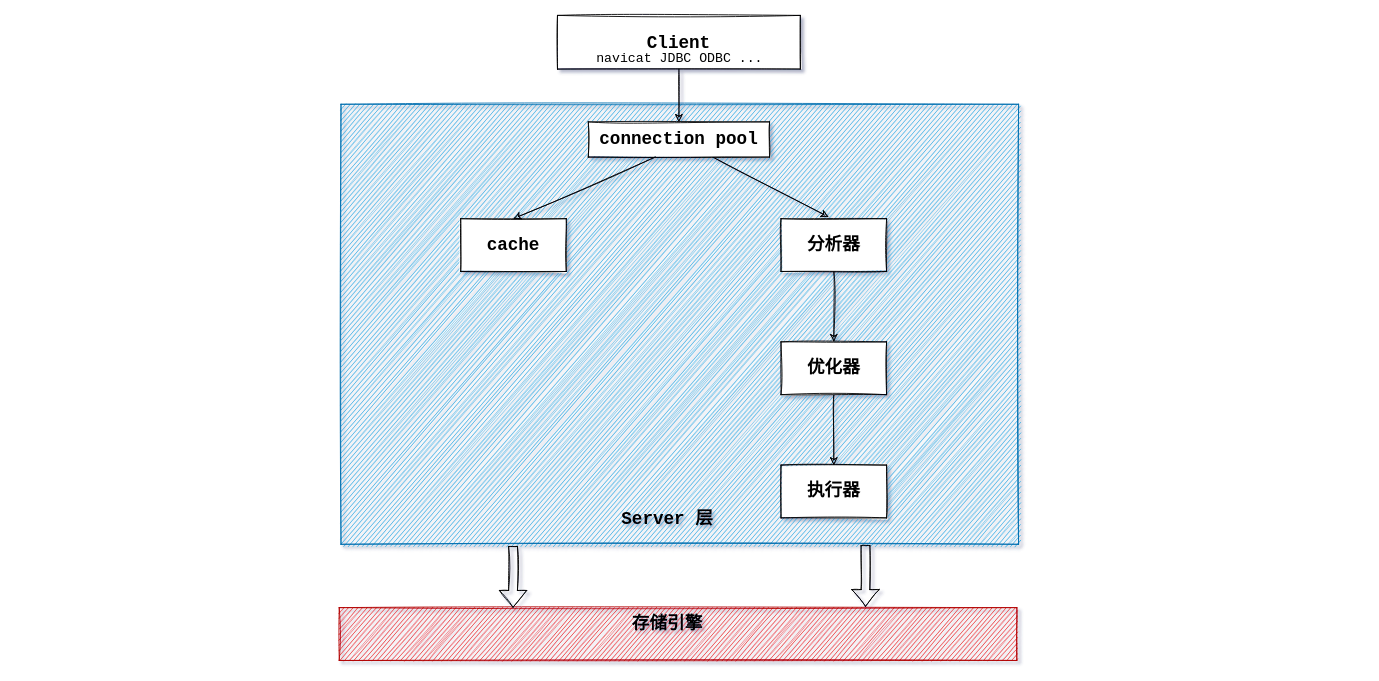
Above: mysql-base.drawio in Fuku-L/draw-io-repo (draw.io), before the change. Source tidied: cells renumbered, new cells numbered last; positions are measured from the earlier drawing's top-left corner, leaving out a move shared by most shapes. Both pictures are drawn from the tidied source at 88%, with x=0, y=0 at pixel (339, 15).
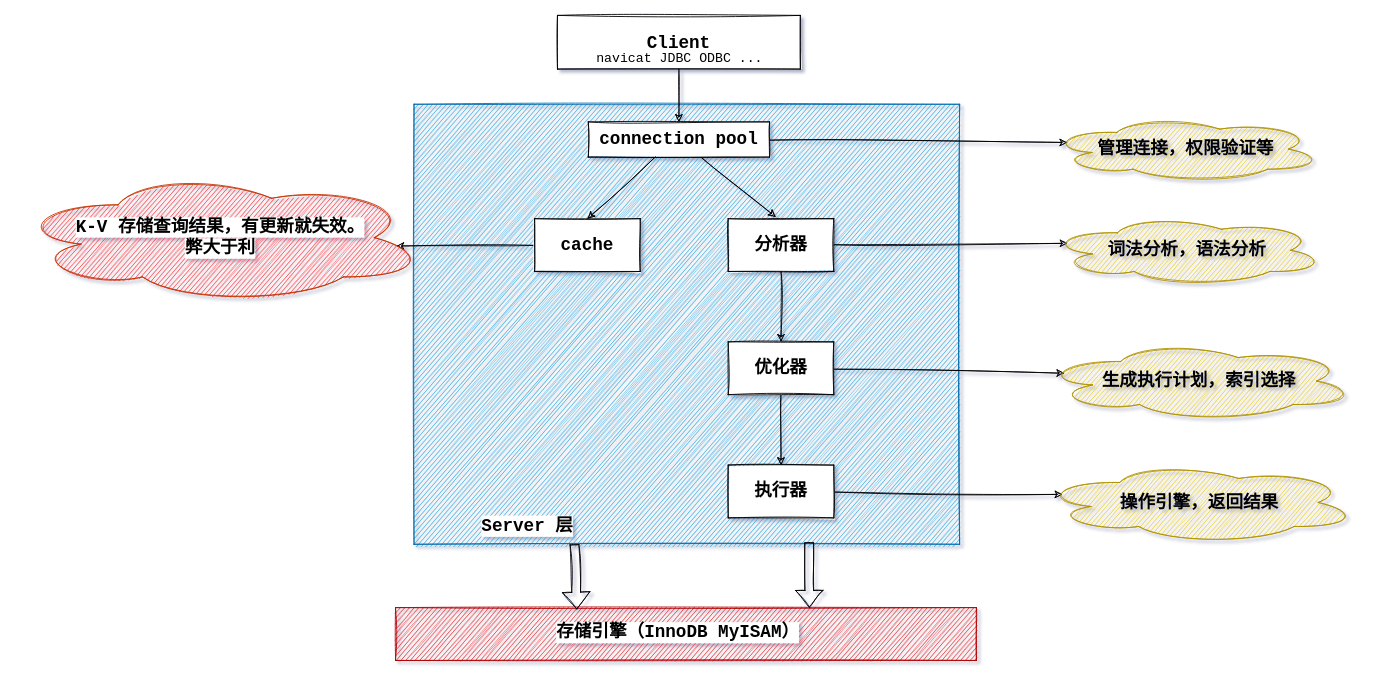
After the change.

Unchanged cells that the change refers to:
```xml
<mxCell id="6" value="&lt;span&gt;connection pool&lt;/span&gt;" style="whiteSpace=wrap;html=1;shadow=0;fontFamily=Courier New;fontSize=20;fontStyle=1;gradientDirection=south;glass=0;curveFitting=4.95;sketch=1;" parent="1" vertex="1">
  <mxGeometry x="283" y="121" width="206" height="40" as="geometry" />
</mxCell>
```

Change to the diagram source:
```diff
@@
     <mxCell id="2" style="whiteSpace=wrap;html=1;shadow=0;glass=0;labelBackgroundColor=none;fillWeight=-1;jiggle=1;curveFitting=4.95;fontFamily=Courier New;fontSize=15;fillColor=#1ba1e2;strokeColor=#006EAF;fontColor=#ffffff;sketch=1;" parent="1" vertex="1">
-      <mxGeometry x="2" y="101" width="770" height="500" as="geometry" />
+      <mxGeometry x="85" y="101" width="620" height="500" as="geometry" />
     </mxCell>
@@
+    <mxCell id="20" style="edgeStyle=none;rounded=0;sketch=1;jettySize=auto;html=1;labelBackgroundColor=#ffffff;fontFamily=Courier New;fontSize=20;entryX=0.07;entryY=0.4;entryDx=0;entryDy=0;entryPerimeter=0;" parent="1" edge="1" source="6" target="25">
+      <mxGeometry relative="1" as="geometry" />
+    </mxCell>
@@
+    <mxCell id="21" style="edgeStyle=none;rounded=0;sketch=1;jettySize=auto;html=1;labelBackgroundColor=#ffffff;fontFamily=Courier New;fontSize=20;entryX=0.929;entryY=0.564;entryDx=0;entryDy=0;entryPerimeter=0;" parent="1" edge="1" source="8" target="29">
+      <mxGeometry relative="1" as="geometry" />
+    </mxCell>
     <mxCell id="8" value="cache" style="whiteSpace=wrap;html=1;shadow=0;fontFamily=Courier New;fontSize=20;fontStyle=1;gradientDirection=south;glass=0;curveFitting=4.95;sketch=1;" parent="1" vertex="1">
-      <mxGeometry x="138" y="231" width="120" height="60" as="geometry" />
+      <mxGeometry x="222" y="231" width="120" height="60" as="geometry" />
     </mxCell>
@@
+    <mxCell id="22" style="edgeStyle=none;rounded=0;sketch=1;jettySize=auto;html=1;labelBackgroundColor=#ffffff;fontFamily=Courier New;fontSize=20;entryX=0.07;entryY=0.4;entryDx=0;entryDy=0;entryPerimeter=0;" parent="1" edge="1" source="11" target="26">
+      <mxGeometry relative="1" as="geometry" />
+    </mxCell>
     <mxCell id="11" value="分析器" style="whiteSpace=wrap;html=1;shadow=0;fontFamily=Courier New;fontSize=20;fontStyle=1;gradientDirection=south;glass=0;curveFitting=4.95;sketch=1;" parent="1" vertex="1">
-      <mxGeometry x="502" y="231" width="120" height="60" as="geometry" />
+      <mxGeometry x="442" y="231" width="120" height="60" as="geometry" />
     </mxCell>
@@
+    <mxCell id="23" style="edgeStyle=none;rounded=0;sketch=1;jettySize=auto;html=1;labelBackgroundColor=#ffffff;fontFamily=Courier New;fontSize=20;entryX=0.07;entryY=0.4;entryDx=0;entryDy=0;entryPerimeter=0;" parent="1" edge="1" source="13" target="27">
+      <mxGeometry relative="1" as="geometry" />
+    </mxCell>
     <mxCell id="13" value="优化器" style="whiteSpace=wrap;html=1;shadow=0;fontFamily=Courier New;fontSize=20;fontStyle=1;gradientDirection=south;glass=0;curveFitting=4.95;sketch=1;" parent="1" vertex="1">
-      <mxGeometry x="502" y="371" width="120" height="60" as="geometry" />
+      <mxGeometry x="442" y="371" width="120" height="60" as="geometry" />
     </mxCell>
+    <mxCell id="24" style="edgeStyle=none;rounded=0;sketch=1;jettySize=auto;html=1;labelBackgroundColor=#ffffff;fontFamily=Courier New;fontSize=20;entryX=0.07;entryY=0.4;entryDx=0;entryDy=0;entryPerimeter=0;" parent="1" edge="1" source="14" target="28">
+      <mxGeometry relative="1" as="geometry" />
+    </mxCell>
     <mxCell id="14" value="执行器" style="whiteSpace=wrap;html=1;shadow=0;fontFamily=Courier New;fontSize=20;fontStyle=1;gradientDirection=south;glass=0;curveFitting=4.95;sketch=1;" parent="1" vertex="1">
-      <mxGeometry x="502" y="511" width="120" height="60" as="geometry" />
+      <mxGeometry x="442" y="511" width="120" height="60" as="geometry" />
     </mxCell>
-    <mxCell id="15" value="Server 层" style="text;html=1;strokeColor=none;fillColor=none;align=center;verticalAlign=middle;whiteSpace=wrap;shadow=0;glass=0;labelBackgroundColor=none;fillWeight=-1;jiggle=1;curveFitting=4.95;fontFamily=Courier New;fontSize=20;fontStyle=1;sketch=1;" parent="1" vertex="1">
-      <mxGeometry x="298" y="571" width="150" as="geometry" />
+    <mxCell id="15" value="Server 层" style="text;html=1;strokeColor=none;fillColor=none;align=center;verticalAlign=middle;whiteSpace=wrap;shadow=0;glass=0;labelBackgroundColor=#ffffff;fillWeight=-1;jiggle=1;curveFitting=4.95;fontFamily=Courier New;fontSize=20;fontStyle=1;sketch=1;" parent="1" vertex="1">
+      <mxGeometry x="139" y="579" width="150" as="geometry" />
     </mxCell>
     <mxCell id="16" style="whiteSpace=wrap;html=1;shadow=0;glass=0;labelBackgroundColor=none;fillWeight=-1;jiggle=1;curveFitting=4.95;fontFamily=Courier New;fontSize=20;fillColor=#e51400;strokeColor=#B20000;fontColor=#ffffff;sketch=1;" parent="1" vertex="1">
-      <mxGeometry y="673" width="770" height="60" as="geometry" />
+      <mxGeometry x="64" y="673" width="660" height="60" as="geometry" />
     </mxCell>
-    <mxCell id="17" style="shape=flexArrow;endArrow=classic;html=1;labelBackgroundColor=#ffffff;fontFamily=Courier New;fontSize=20;sketch=1;" parent="1" edge="1">
-      <mxGeometry relative="1" as="geometry">
-        <mxPoint x="197.5" y="603" as="sourcePoint" />
-        <mxPoint x="197.5" y="673" as="targetPoint" />
-      </mxGeometry>
+    <mxCell id="17" style="shape=flexArrow;endArrow=classic;html=1;labelBackgroundColor=#ffffff;fontFamily=Courier New;fontSize=20;sketch=1;entryX=0.312;entryY=0.033;entryDx=0;entryDy=0;exitX=0.294;exitY=1;exitDx=0;exitDy=0;entryPerimeter=0;exitPerimeter=0;" parent="1" edge="1" source="2" target="16">
+      <mxGeometry relative="1" as="geometry" />
     </mxCell>
-    <mxCell id="18" style="shape=flexArrow;endArrow=classic;html=1;labelBackgroundColor=#ffffff;fontFamily=Courier New;fontSize=20;sketch=1;" parent="1" edge="1">
-      <mxGeometry relative="1" as="geometry">
-        <mxPoint x="598" y="602" as="sourcePoint" />
-        <mxPoint x="598" y="672" as="targetPoint" />
-      </mxGeometry>
-    </mxCell>
-    <mxCell id="19" value="存储引擎" style="text;html=1;strokeColor=none;fillColor=none;align=center;verticalAlign=middle;whiteSpace=wrap;shadow=0;glass=0;labelBackgroundColor=none;fillWeight=-1;jiggle=1;curveFitting=4.95;fontFamily=Courier New;fontSize=20;fontStyle=1;sketch=1;" parent="1" vertex="1">
-      <mxGeometry x="298" y="691" width="150" as="geometry" />
+    <mxCell id="19" value="存储引擎（InnoDB MyISAM）" style="text;html=1;strokeColor=none;fillColor=none;align=center;verticalAlign=middle;whiteSpace=wrap;shadow=0;glass=0;labelBackgroundColor=#ffffff;fillWeight=-1;jiggle=1;curveFitting=4.95;fontFamily=Courier New;fontSize=20;fontStyle=1;sketch=1;labelBorderColor=none;" parent="1" vertex="1">
+      <mxGeometry x="222" y="700" width="326" as="geometry" />
     </mxCell>
+    <mxCell id="25" value="管理连接，权限验证等" style="ellipse;shape=cloud;whiteSpace=wrap;html=1;shadow=0;fontFamily=Courier New;fontSize=20;fontStyle=1;gradientDirection=south;glass=0;sketch=1;curveFitting=4.95;fillColor=#e3c800;strokeColor=#B09500;fontColor=#000000;" parent="1" vertex="1">
+      <mxGeometry x="805.5" y="114" width="312" height="76" as="geometry" />
+    </mxCell>
+    <mxCell id="26" value="词法分析，语法分析" style="ellipse;shape=cloud;whiteSpace=wrap;html=1;shadow=0;fontFamily=Courier New;fontSize=20;fontStyle=1;gradientDirection=south;glass=0;sketch=1;curveFitting=4.95;strokeColor=#B09500;fillColor=#e3c800;" parent="1" vertex="1">
+      <mxGeometry x="805.5" y="227" width="315" height="80" as="geometry" />
+    </mxCell>
+    <mxCell id="27" value="生成执行计划，索引选择" style="ellipse;shape=cloud;whiteSpace=wrap;html=1;shadow=0;fontFamily=Courier New;fontSize=20;fontStyle=1;gradientDirection=south;glass=0;sketch=1;curveFitting=4.95;strokeColor=#B09500;fillColor=#e3c800;" parent="1" vertex="1">
+      <mxGeometry x="799" y="371" width="356" height="89" as="geometry" />
+    </mxCell>
+    <mxCell id="28" value="操作引擎，返回结果" style="ellipse;shape=cloud;whiteSpace=wrap;html=1;shadow=0;fontFamily=Courier New;fontSize=20;fontStyle=1;gradientDirection=south;glass=0;sketch=1;curveFitting=4.95;strokeColor=#B09500;fillColor=#e3c800;" parent="1" vertex="1">
+      <mxGeometry x="796.5" y="508" width="361" height="91" as="geometry" />
+    </mxCell>
+    <mxCell id="29" value="&lt;span style=&quot;background-color: rgb(255 , 255 , 255)&quot;&gt;K-V 存储查询结果，有更新就失效。&lt;br&gt;弊大于利&lt;/span&gt;" style="ellipse;shape=cloud;whiteSpace=wrap;html=1;shadow=0;fontFamily=Courier New;fontSize=20;fontStyle=1;gradientDirection=south;glass=0;sketch=1;curveFitting=4.95;strokeColor=#C73500;fontColor=#000000;fillColor=#FF1C1C;" parent="1" vertex="1">
+      <mxGeometry x="-368" y="178" width="466" height="149" as="geometry" />
+    </mxCell>
+    <mxCell id="30" style="shape=flexArrow;endArrow=classic;html=1;labelBackgroundColor=#ffffff;fontFamily=Courier New;fontSize=20;sketch=1;entryX=0.312;entryY=0.033;entryDx=0;entryDy=0;exitX=0.25;exitY=1;exitDx=0;exitDy=0;entryPerimeter=0;" parent="1" edge="1">
+      <mxGeometry relative="1" as="geometry">
+        <mxPoint x="534" y="599" as="sourcePoint" />
+        <mxPoint x="534.2" y="673" as="targetPoint" />
+      </mxGeometry>
+    </mxCell>
```
